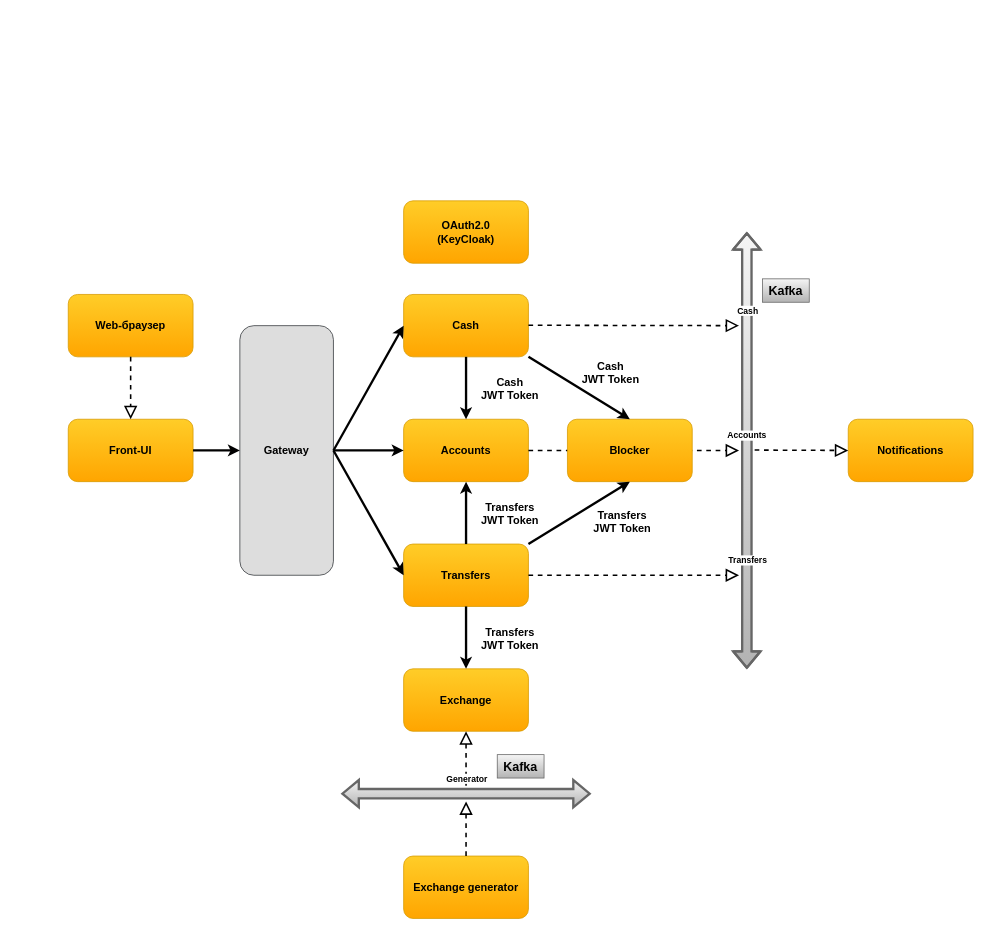
Before: images/Схема bestbank.drawio in MironovNikita/BestBank, a draw.io diagram. Source tidied: cells renumbered, new cells numbered last; positions are measured from the earlier drawing's top-left corner, leaving out a move shared by most shapes. Both pictures are drawn from the tidied source at 78%, with x=0, y=0 at pixel (68, 200).
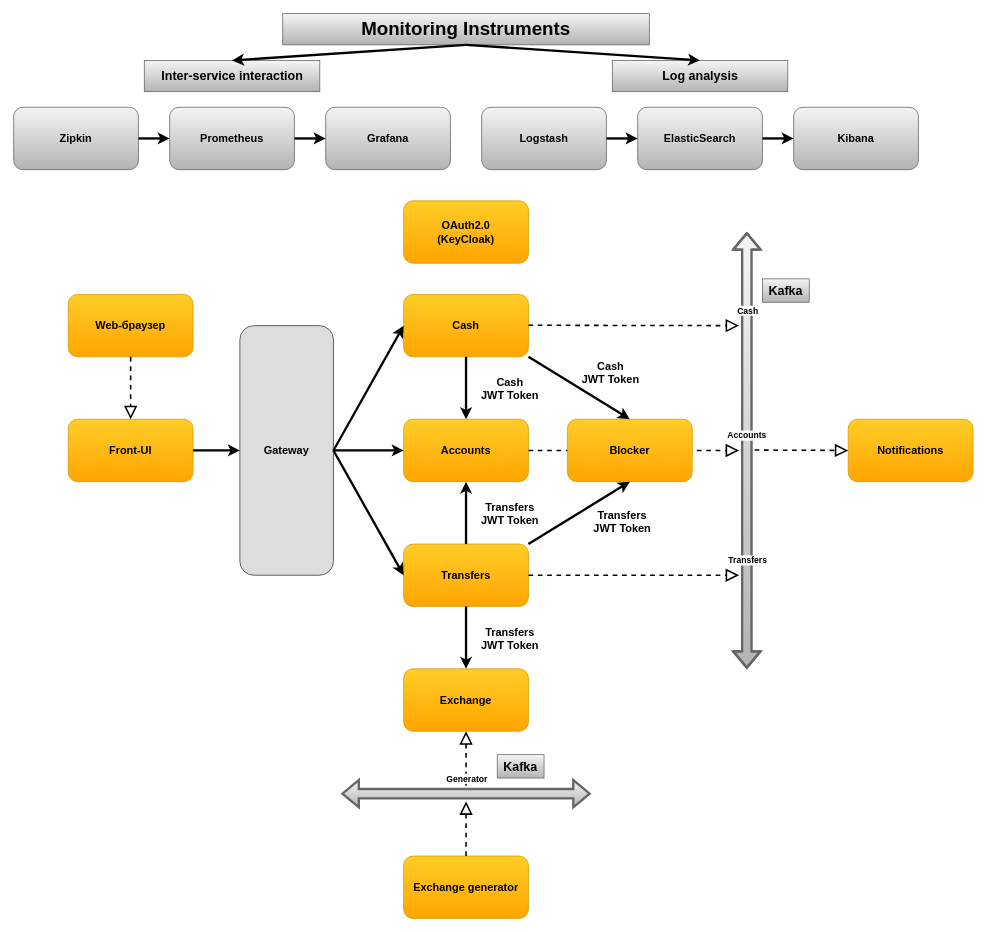
The same page after the edit.

Commit message (it also covers changes not shown here):
monitoring-feature: добавлен README.md

What changed in the source:
```diff
@@
+    <mxCell id="42" value="&lt;span style=&quot;font-size: 14px;&quot;&gt;&lt;b&gt;Zipkin&lt;/b&gt;&lt;/span&gt;" style="rounded=1;whiteSpace=wrap;html=1;fillColor=#f5f5f5;strokeColor=#666666;gradientColor=#b3b3b3;" parent="1" vertex="1">
+      <mxGeometry x="-70" y="-120" width="160" height="80" as="geometry" />
+    </mxCell>
+    <mxCell id="43" value="&lt;font style=&quot;font-size: 24px;&quot;&gt;&lt;b&gt;Monitoring Instruments&lt;/b&gt;&lt;/font&gt;" style="text;html=1;align=center;verticalAlign=middle;whiteSpace=wrap;rounded=0;fillColor=#f5f5f5;strokeColor=#666666;gradientColor=#b3b3b3;" parent="1" vertex="1">
+      <mxGeometry x="275" y="-240" width="470" height="40" as="geometry" />
+    </mxCell>
+    <mxCell id="44" value="&lt;span style=&quot;font-size: 14px;&quot;&gt;&lt;b&gt;Prometheus&lt;/b&gt;&lt;/span&gt;" style="rounded=1;whiteSpace=wrap;html=1;fillColor=#f5f5f5;strokeColor=#666666;gradientColor=#b3b3b3;" parent="1" vertex="1">
+      <mxGeometry x="130" y="-120" width="160" height="80" as="geometry" />
+    </mxCell>
+    <mxCell id="45" value="&lt;span style=&quot;font-size: 14px;&quot;&gt;&lt;b&gt;Grafana&lt;/b&gt;&lt;/span&gt;" style="rounded=1;whiteSpace=wrap;html=1;fillColor=#f5f5f5;strokeColor=#666666;gradientColor=#b3b3b3;" parent="1" vertex="1">
+      <mxGeometry x="330" y="-120" width="160" height="80" as="geometry" />
+    </mxCell>
+    <mxCell id="46" style="endArrow=classic;html=1;rounded=0;exitX=1;exitY=1;exitDx=0;exitDy=0;endSize=6;startSize=6;strokeWidth=3;" parent="1" edge="1" target="44">
+      <mxGeometry relative="1" as="geometry">
+        <mxPoint x="90" y="-80" as="sourcePoint" />
+      </mxGeometry>
+    </mxCell>
+    <mxCell id="47" style="endArrow=classic;html=1;rounded=0;exitX=1;exitY=0.5;exitDx=0;exitDy=0;endSize=6;startSize=6;strokeWidth=3;entryX=0;entryY=0.5;entryDx=0;entryDy=0;" parent="1" edge="1" source="44" target="45">
+      <mxGeometry relative="1" as="geometry" />
+    </mxCell>
+    <mxCell id="48" value="&lt;span style=&quot;font-size: 14px;&quot;&gt;&lt;b&gt;Logstash&lt;/b&gt;&lt;/span&gt;" style="rounded=1;whiteSpace=wrap;html=1;fillColor=#f5f5f5;strokeColor=#666666;gradientColor=#b3b3b3;" parent="1" vertex="1">
+      <mxGeometry x="530" y="-120" width="160" height="80" as="geometry" />
+    </mxCell>
+    <mxCell id="49" value="&lt;span style=&quot;font-size: 14px;&quot;&gt;&lt;b&gt;ElasticSearch&lt;/b&gt;&lt;/span&gt;" style="rounded=1;whiteSpace=wrap;html=1;fillColor=#f5f5f5;strokeColor=#666666;gradientColor=#b3b3b3;" parent="1" vertex="1">
+      <mxGeometry x="730" y="-120" width="160" height="80" as="geometry" />
+    </mxCell>
+    <mxCell id="50" value="&lt;span style=&quot;font-size: 14px;&quot;&gt;&lt;b&gt;Kibana&lt;/b&gt;&lt;/span&gt;" style="rounded=1;whiteSpace=wrap;html=1;fillColor=#f5f5f5;strokeColor=#666666;gradientColor=#b3b3b3;" parent="1" vertex="1">
+      <mxGeometry x="930" y="-120" width="160" height="80" as="geometry" />
+    </mxCell>
+    <mxCell id="51" style="endArrow=classic;html=1;rounded=0;exitX=1;exitY=1;exitDx=0;exitDy=0;endSize=6;startSize=6;strokeWidth=3;" parent="1" edge="1" target="49">
+      <mxGeometry relative="1" as="geometry">
+        <mxPoint x="690" y="-80" as="sourcePoint" />
+      </mxGeometry>
+    </mxCell>
+    <mxCell id="52" style="endArrow=classic;html=1;rounded=0;exitX=1;exitY=0.5;exitDx=0;exitDy=0;endSize=6;startSize=6;strokeWidth=3;entryX=0;entryY=0.5;entryDx=0;entryDy=0;" parent="1" edge="1" source="49" target="50">
+      <mxGeometry relative="1" as="geometry" />
+    </mxCell>
+    <mxCell id="53" value="&lt;b style=&quot;&quot;&gt;&lt;font style=&quot;font-size: 16px;&quot;&gt;Inter-service interaction&lt;/font&gt;&lt;/b&gt;" style="text;html=1;align=center;verticalAlign=middle;whiteSpace=wrap;rounded=0;fillColor=#f5f5f5;strokeColor=#666666;gradientColor=#b3b3b3;" parent="1" vertex="1">
+      <mxGeometry x="97.5" y="-180" width="225" height="40" as="geometry" />
+    </mxCell>
+    <mxCell id="54" style="endArrow=classic;html=1;rounded=0;exitX=0.5;exitY=1;exitDx=0;exitDy=0;endSize=6;startSize=6;strokeWidth=3;entryX=0.5;entryY=0;entryDx=0;entryDy=0;" parent="1" edge="1" source="43" target="53">
+      <mxGeometry relative="1" as="geometry" />
+    </mxCell>
+    <mxCell id="55" value="&lt;span style=&quot;font-size: 16px;&quot;&gt;&lt;b&gt;Log analysis&lt;/b&gt;&lt;/span&gt;" style="text;html=1;align=center;verticalAlign=middle;whiteSpace=wrap;rounded=0;fillColor=#f5f5f5;strokeColor=#666666;gradientColor=#b3b3b3;" parent="1" vertex="1">
+      <mxGeometry x="697.5" y="-180" width="225" height="40" as="geometry" />
+    </mxCell>
+    <mxCell id="56" style="endArrow=classic;html=1;rounded=0;endSize=6;startSize=6;strokeWidth=3;entryX=0.5;entryY=0;entryDx=0;entryDy=0;" parent="1" edge="1" target="55">
+      <mxGeometry relative="1" as="geometry">
+        <mxPoint x="510" y="-200" as="sourcePoint" />
+      </mxGeometry>
+    </mxCell>
```
